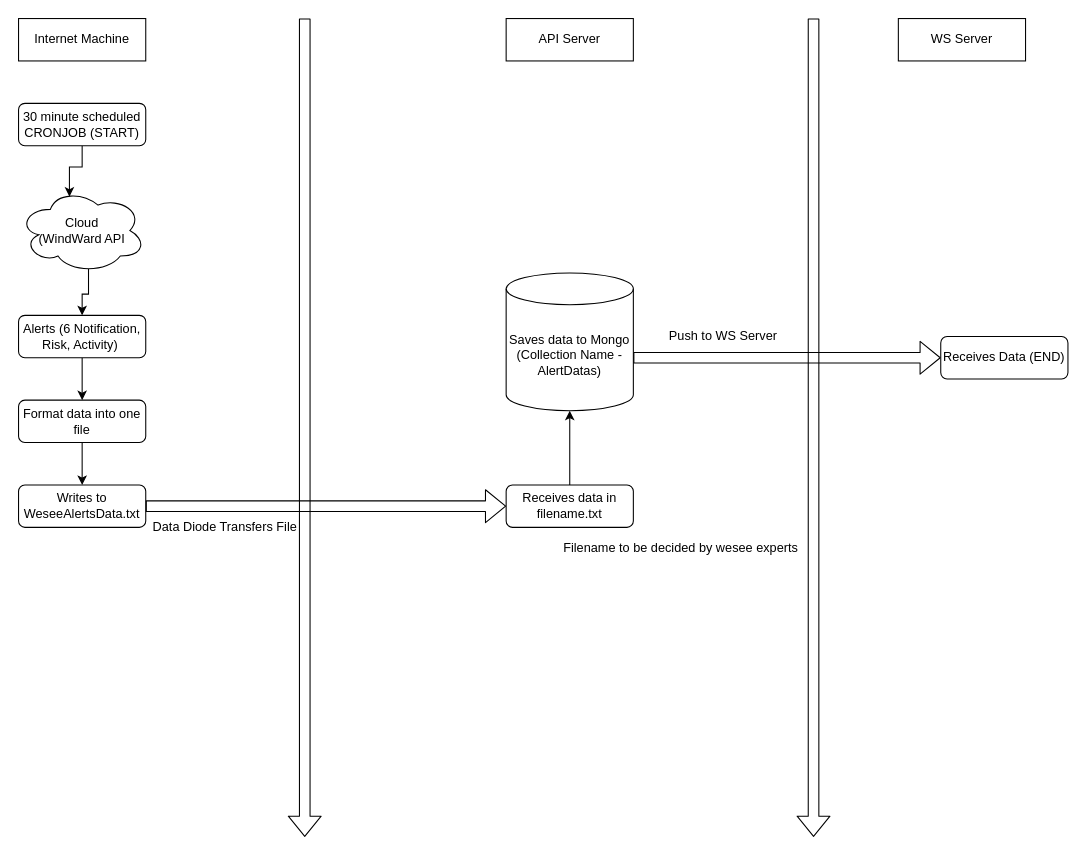
Above: page "Process 1 - 30 Minute" (5 of 6) of Untitled Diagram.drawio in snair0410/story (draw.io), before the change. Source tidied: cells renumbered, new cells numbered last; positions are measured from the earlier drawing's top-left corner, leaving out a move shared by most shapes. Both pictures are drawn from the tidied source at 106%, with x=0, y=0 at pixel (18, 18).
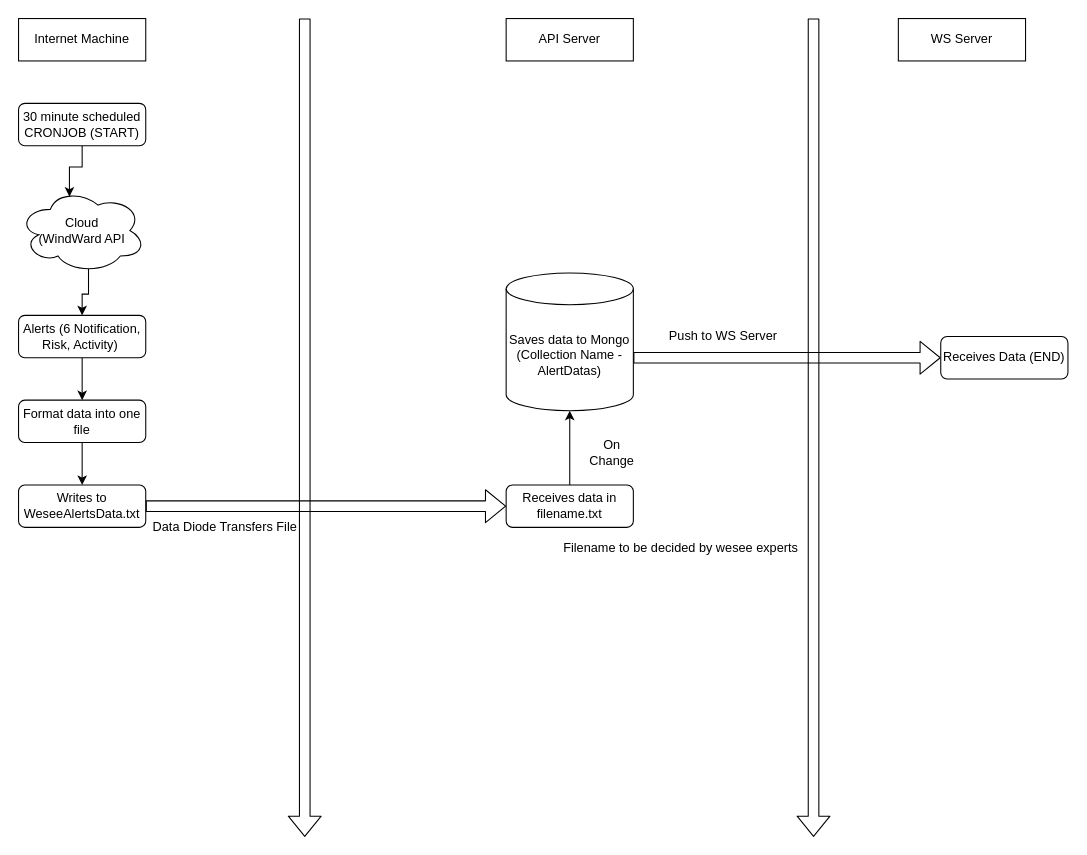
The same page after the edit.

Change to the diagram source:
```diff
@@
+    <mxCell id="25" value="On Change" style="text;html=1;strokeColor=none;fillColor=none;align=center;verticalAlign=middle;whiteSpace=wrap;rounded=0;" parent="1" vertex="1">
+      <mxGeometry x="540" y="400" width="40" height="20" as="geometry" />
+    </mxCell>
```
